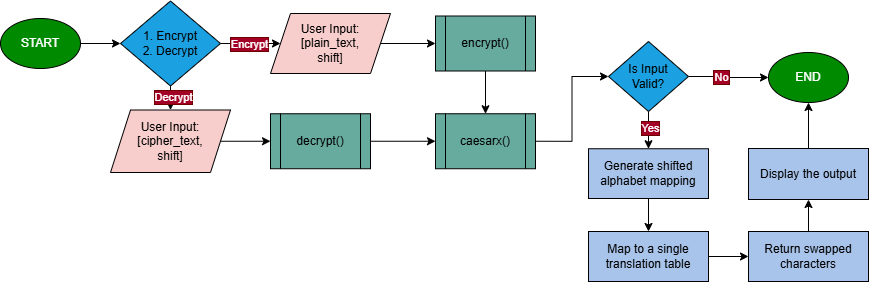
Above: flowcharts/caesar-cipher-flowchart.drawio.png in DCsince2003/freecodecamp-python (draw.io), before the change. Source tidied: cells renumbered, new cells last; positions are measured from the earlier drawing's top-left corner, leaving out a move shared by most shapes. Source of this version:
```xml
<mxGraphModel background="light-dark(#FFFFFF,#808080)">
  <root>
    <mxCell id="0" />
    <mxCell id="1" parent="0" />
    <mxCell id="2" style="edgeStyle=orthogonalEdgeStyle;rounded=0;jettySize=auto;html=1;strokeColor=default;" parent="1" edge="1" source="3" target="8">
      <mxGeometry relative="1" as="geometry" />
    </mxCell>
    <mxCell id="3" value="START" style="ellipse;whiteSpace=wrap;html=1;fillColor=#008a00;fontColor=#ffffff;strokeColor=default;" parent="1" vertex="1">
      <mxGeometry y="18" width="80" height="50" as="geometry" />
    </mxCell>
    <mxCell id="4" style="edgeStyle=orthogonalEdgeStyle;rounded=0;jettySize=auto;html=1;strokeColor=default;" parent="1" edge="1" source="8" target="10">
      <mxGeometry relative="1" as="geometry">
        <Array as="points">
          <mxPoint x="330" y="58" />
          <mxPoint x="330" y="58" />
        </Array>
      </mxGeometry>
    </mxCell>
    <mxCell id="5" value="Encrypt" style="edgeLabel;html=1;align=center;verticalAlign=middle;labelBackgroundColor=#a20025;fontColor=#ffffff;labelBorderColor=#6F0000;strokeColor=default;" parent="4" vertex="1">
      <mxGeometry x="0.05" y="-2" relative="1" as="geometry">
        <mxPoint x="-4" y="-2" as="offset" />
      </mxGeometry>
    </mxCell>
    <mxCell id="6" style="edgeStyle=orthogonalEdgeStyle;rounded=0;jettySize=auto;html=1;strokeColor=default;" parent="1" edge="1" source="8" target="12">
      <mxGeometry relative="1" as="geometry" />
    </mxCell>
    <mxCell id="7" value="Decrypt" style="edgeLabel;html=1;align=center;verticalAlign=middle;labelBackgroundColor=#a20025;fontColor=#ffffff;labelBorderColor=#6F0000;strokeColor=default;" parent="6" vertex="1">
      <mxGeometry x="-0.06" y="-2" relative="1" as="geometry">
        <mxPoint y="-3" as="offset" />
      </mxGeometry>
    </mxCell>
    <mxCell id="8" value="1. Encrypt&lt;div&gt;2. Decrypt&lt;/div&gt;" style="rhombus;whiteSpace=wrap;html=1;fillColor=#1BA1E2;fontColor=light-dark(#000000,#FFFFFF);strokeColor=default;fillStyle=auto;labelBorderColor=none;" parent="1" vertex="1">
      <mxGeometry x="120" y="0.5" width="100" height="85" as="geometry" />
    </mxCell>
    <mxCell id="9" style="edgeStyle=orthogonalEdgeStyle;rounded=0;jettySize=auto;html=1;strokeColor=default;entryX=0;entryY=0.5;entryDx=0;entryDy=0;" parent="1" edge="1" source="10" target="17">
      <mxGeometry relative="1" as="geometry" />
    </mxCell>
    <mxCell id="10" value="User Input:&lt;div&gt;[plain_text,&lt;/div&gt;&lt;div&gt;shift]&lt;/div&gt;" style="shape=parallelogram;perimeter=parallelogramPerimeter;whiteSpace=wrap;html=1;fixedSize=1;fillColor=#F8CECC;strokeColor=default;" parent="1" vertex="1">
      <mxGeometry x="270" y="13" width="120" height="60" as="geometry" />
    </mxCell>
    <mxCell id="11" style="edgeStyle=orthogonalEdgeStyle;rounded=0;jettySize=auto;html=1;exitX=1;exitY=0.5;exitDx=0;exitDy=0;entryX=0;entryY=0.5;entryDx=0;entryDy=0;" parent="1" edge="1" source="12" target="19">
      <mxGeometry relative="1" as="geometry" />
    </mxCell>
    <mxCell id="12" value="User Input:&lt;div&gt;[cipher_text,&lt;/div&gt;&lt;div&gt;shift&lt;span style=&quot;background-color: transparent; color: light-dark(rgb(0, 0, 0), rgb(255, 255, 255));&quot;&gt;]&lt;/span&gt;&lt;/div&gt;" style="shape=parallelogram;perimeter=parallelogramPerimeter;whiteSpace=wrap;html=1;fixedSize=1;fillColor=#F8CECC;strokeColor=default;" parent="1" vertex="1">
      <mxGeometry x="110" y="109.5" width="120" height="62.5" as="geometry" />
    </mxCell>
    <mxCell id="13" style="edgeStyle=orthogonalEdgeStyle;rounded=0;jettySize=auto;html=1;" parent="1" edge="1" source="14" target="28">
      <mxGeometry relative="1" as="geometry" />
    </mxCell>
    <mxCell id="14" value="Generate shifted alphabet mapping" style="whiteSpace=wrap;html=1;fillColor=#A9C4EB;strokeColor=default;" parent="1" vertex="1">
      <mxGeometry x="588" y="148.2" width="120" height="49.8" as="geometry" />
    </mxCell>
    <mxCell id="15" value="END" style="ellipse;whiteSpace=wrap;html=1;fillColor=#008a00;fontColor=#ffffff;strokeColor=default;" parent="1" vertex="1">
      <mxGeometry x="768" y="52" width="80" height="50" as="geometry" />
    </mxCell>
    <mxCell id="16" style="edgeStyle=orthogonalEdgeStyle;rounded=0;jettySize=auto;html=1;exitX=0.5;exitY=1;exitDx=0;exitDy=0;" parent="1" edge="1" source="17" target="21">
      <mxGeometry relative="1" as="geometry" />
    </mxCell>
    <mxCell id="17" value="encrypt()" style="shape=process;whiteSpace=wrap;html=1;backgroundOutline=1;fillColor=#67AB9F;" parent="1" vertex="1">
      <mxGeometry x="435" y="15.5" width="100" height="55" as="geometry" />
    </mxCell>
    <mxCell id="18" style="edgeStyle=orthogonalEdgeStyle;rounded=0;jettySize=auto;html=1;exitX=1;exitY=0.5;exitDx=0;exitDy=0;entryX=0;entryY=0.5;entryDx=0;entryDy=0;" parent="1" edge="1" source="19" target="21">
      <mxGeometry relative="1" as="geometry" />
    </mxCell>
    <mxCell id="19" value="decrypt()" style="shape=process;whiteSpace=wrap;html=1;backgroundOutline=1;fillColor=#67AB9F;" parent="1" vertex="1">
      <mxGeometry x="270" y="113.2" width="100" height="55" as="geometry" />
    </mxCell>
    <mxCell id="20" style="edgeStyle=orthogonalEdgeStyle;rounded=0;jettySize=auto;html=1;exitX=1;exitY=0.5;exitDx=0;exitDy=0;entryX=0;entryY=0.5;entryDx=0;entryDy=0;" parent="1" edge="1" source="21" target="26">
      <mxGeometry relative="1" as="geometry" />
    </mxCell>
    <mxCell id="21" value="caesarx()" style="shape=process;whiteSpace=wrap;html=1;backgroundOutline=1;fillColor=#67AB9F;" parent="1" vertex="1">
      <mxGeometry x="435" y="113.2" width="100" height="55" as="geometry" />
    </mxCell>
    <mxCell id="22" style="edgeStyle=orthogonalEdgeStyle;rounded=0;jettySize=auto;html=1;exitX=1;exitY=0.5;exitDx=0;exitDy=0;entryX=0;entryY=0.5;entryDx=0;entryDy=0;" parent="1" edge="1" source="26" target="15">
      <mxGeometry relative="1" as="geometry" />
    </mxCell>
    <mxCell id="23" value="No" style="edgeLabel;html=1;align=center;verticalAlign=middle;labelBackgroundColor=#a20025;fontColor=#ffffff;labelBorderColor=#6F0000;" parent="22" vertex="1">
      <mxGeometry x="-0.2" relative="1" as="geometry" />
    </mxCell>
    <mxCell id="24" style="edgeStyle=orthogonalEdgeStyle;rounded=0;jettySize=auto;html=1;entryX=0.5;entryY=0;entryDx=0;entryDy=0;" parent="1" edge="1" source="26" target="14">
      <mxGeometry relative="1" as="geometry" />
    </mxCell>
    <mxCell id="25" value="Yes" style="edgeLabel;html=1;align=center;verticalAlign=middle;labelBackgroundColor=#a20025;fontColor=#ffffff;labelBorderColor=#6F0000;" parent="24" vertex="1">
      <mxGeometry x="-0.07" y="-1" relative="1" as="geometry">
        <mxPoint y="-4" as="offset" />
      </mxGeometry>
    </mxCell>
    <mxCell id="26" value="Is&amp;nbsp;&lt;span style=&quot;background-color: transparent; color: light-dark(rgb(0, 0, 0), rgb(255, 255, 255));&quot;&gt;Input&lt;/span&gt;&lt;div&gt;&lt;span style=&quot;background-color: transparent; color: light-dark(rgb(0, 0, 0), rgb(255, 255, 255));&quot;&gt;Valid?&lt;/span&gt;&lt;/div&gt;" style="rhombus;whiteSpace=wrap;html=1;fillColor=#1BA1E2;fontColor=light-dark(#000000,#FFFFFF);strokeColor=default;fillStyle=auto;labelBorderColor=none;" parent="1" vertex="1">
      <mxGeometry x="608" y="41" width="80" height="70" as="geometry" />
    </mxCell>
    <mxCell id="27" style="edgeStyle=orthogonalEdgeStyle;rounded=0;jettySize=auto;html=1;" parent="1" edge="1" source="28" target="30">
      <mxGeometry relative="1" as="geometry" />
    </mxCell>
    <mxCell id="28" value="Map to a single translation table" style="whiteSpace=wrap;html=1;fillColor=#A9C4EB;" parent="1" vertex="1">
      <mxGeometry x="588" y="231" width="120" height="50" as="geometry" />
    </mxCell>
    <mxCell id="29" style="edgeStyle=orthogonalEdgeStyle;rounded=0;jettySize=auto;html=1;" parent="1" edge="1" source="30" target="32">
      <mxGeometry relative="1" as="geometry" />
    </mxCell>
    <mxCell id="30" value="Return swapped characters" style="whiteSpace=wrap;html=1;fillColor=#A9C4EB;" parent="1" vertex="1">
      <mxGeometry x="748" y="231" width="120" height="50" as="geometry" />
    </mxCell>
    <mxCell id="31" style="edgeStyle=orthogonalEdgeStyle;rounded=0;jettySize=auto;html=1;exitX=0.5;exitY=0;exitDx=0;exitDy=0;entryX=0.5;entryY=1;entryDx=0;entryDy=0;" parent="1" edge="1" source="32" target="15">
      <mxGeometry relative="1" as="geometry" />
    </mxCell>
    <mxCell id="32" value="Display the output" style="whiteSpace=wrap;html=1;fillColor=#A9C4EB;" parent="1" vertex="1">
      <mxGeometry x="748" y="148" width="120" height="51" as="geometry" />
    </mxCell>
  </root>
</mxGraphModel>
```
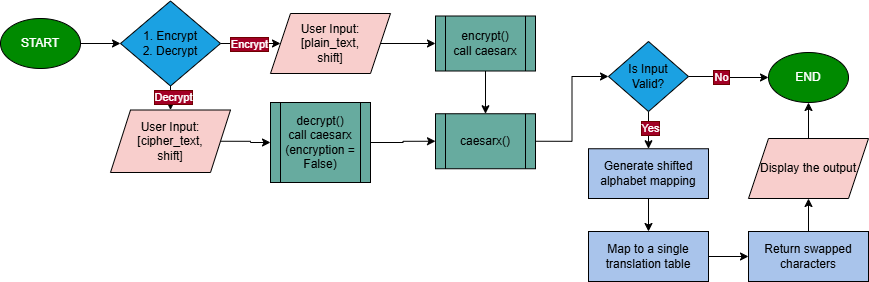
Later version of the same file.

The edit, as a diff of the source:
```diff
@@ -56,14 +56,14 @@
     <mxCell id="16" style="edgeStyle=orthogonalEdgeStyle;rounded=0;jettySize=auto;html=1;exitX=0.5;exitY=1;exitDx=0;exitDy=0;" parent="1" edge="1" source="17" target="21">
       <mxGeometry relative="1" as="geometry" />
     </mxCell>
-    <mxCell id="17" value="encrypt()" style="shape=process;whiteSpace=wrap;html=1;backgroundOutline=1;fillColor=#67AB9F;" parent="1" vertex="1">
+    <mxCell id="17" value="encrypt()&lt;div&gt;call caesarx&lt;/div&gt;" style="shape=process;whiteSpace=wrap;html=1;backgroundOutline=1;fillColor=#67AB9F;" parent="1" vertex="1">
       <mxGeometry x="435" y="15.5" width="100" height="55" as="geometry" />
     </mxCell>
     <mxCell id="18" style="edgeStyle=orthogonalEdgeStyle;rounded=0;jettySize=auto;html=1;exitX=1;exitY=0.5;exitDx=0;exitDy=0;entryX=0;entryY=0.5;entryDx=0;entryDy=0;" parent="1" edge="1" source="19" target="21">
       <mxGeometry relative="1" as="geometry" />
     </mxCell>
-    <mxCell id="19" value="decrypt()" style="shape=process;whiteSpace=wrap;html=1;backgroundOutline=1;fillColor=#67AB9F;" parent="1" vertex="1">
-      <mxGeometry x="270" y="113.2" width="100" height="55" as="geometry" />
+    <mxCell id="19" value="decrypt()&lt;div&gt;call caesarx&lt;/div&gt;&lt;div&gt;(encryption = False)&lt;/div&gt;" style="shape=process;whiteSpace=wrap;html=1;backgroundOutline=1;fillColor=#67AB9F;" parent="1" vertex="1">
+      <mxGeometry x="270" y="102" width="100" height="80" as="geometry" />
     </mxCell>
     <mxCell id="20" style="edgeStyle=orthogonalEdgeStyle;rounded=0;jettySize=auto;html=1;exitX=1;exitY=0.5;exitDx=0;exitDy=0;entryX=0;entryY=0.5;entryDx=0;entryDy=0;" parent="1" edge="1" source="21" target="26">
       <mxGeometry relative="1" as="geometry" />
@@ -94,7 +94,7 @@
     <mxCell id="28" value="Map to a single translation table" style="whiteSpace=wrap;html=1;fillColor=#A9C4EB;" parent="1" vertex="1">
       <mxGeometry x="588" y="231" width="120" height="50" as="geometry" />
     </mxCell>
-    <mxCell id="29" style="edgeStyle=orthogonalEdgeStyle;rounded=0;jettySize=auto;html=1;" parent="1" edge="1" source="30" target="32">
+    <mxCell id="29" style="edgeStyle=orthogonalEdgeStyle;rounded=0;jettySize=auto;html=1;entryX=0.5;entryY=1;entryDx=0;entryDy=0;" parent="1" edge="1" source="30" target="32">
       <mxGeometry relative="1" as="geometry" />
     </mxCell>
     <mxCell id="30" value="Return swapped characters" style="whiteSpace=wrap;html=1;fillColor=#A9C4EB;" parent="1" vertex="1">
@@ -103,8 +103,8 @@
     <mxCell id="31" style="edgeStyle=orthogonalEdgeStyle;rounded=0;jettySize=auto;html=1;exitX=0.5;exitY=0;exitDx=0;exitDy=0;entryX=0.5;entryY=1;entryDx=0;entryDy=0;" parent="1" edge="1" source="32" target="15">
       <mxGeometry relative="1" as="geometry" />
     </mxCell>
-    <mxCell id="32" value="Display the output" style="whiteSpace=wrap;html=1;fillColor=#A9C4EB;" parent="1" vertex="1">
-      <mxGeometry x="748" y="148" width="120" height="51" as="geometry" />
+    <mxCell id="32" value="Display the output" style="shape=parallelogram;perimeter=parallelogramPerimeter;whiteSpace=wrap;html=1;fixedSize=1;fillColor=#F8CECC;" parent="1" vertex="1">
+      <mxGeometry x="748" y="138" width="120" height="60" as="geometry" />
     </mxCell>
   </root>
 </mxGraphModel>
```
